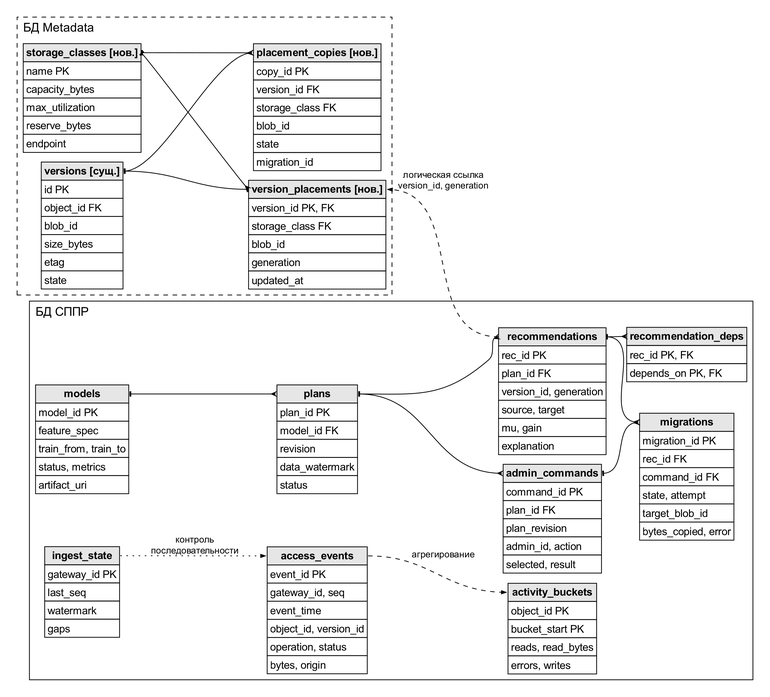
WithSoull/obsidian keeps this Graphviz diagram as 40 - Projects/Диплом/images/er.png. Above is the earlier version. Its source is kept beside it as 40 - Projects/Диплом/images/src/er.dot. Its diagram source:
```dot
digraph er {
  graph [rankdir=LR, fontname="Arial", fontsize=16, nodesep=0.18, ranksep=0.36, pad=0.2];
  node  [shape=plain, fontname="Arial", fontsize=14];
  edge  [fontname="Arial", fontsize=12, arrowsize=0.6, arrowhead=crow, arrowtail=tee, dir=both];
  subgraph cluster_meta { label="БД Metadata"; labeljust=l; style=dashed;
  versions [label=<<TABLE BORDER="0" CELLBORDER="1" CELLSPACING="0" CELLPADDING="3"><TR><TD PORT="h" BGCOLOR="#e6e6e6"><B>versions [сущ.]</B></TD></TR><TR><TD ALIGN="LEFT">id PK</TD></TR><TR><TD ALIGN="LEFT">object_id FK</TD></TR><TR><TD ALIGN="LEFT">blob_id</TD></TR><TR><TD ALIGN="LEFT">size_bytes</TD></TR><TR><TD ALIGN="LEFT">etag</TD></TR><TR><TD ALIGN="LEFT">state</TD></TR></TABLE>>];
  storage_classes [label=<<TABLE BORDER="0" CELLBORDER="1" CELLSPACING="0" CELLPADDING="3"><TR><TD PORT="h" BGCOLOR="#e6e6e6"><B>storage_classes [нов.]</B></TD></TR><TR><TD ALIGN="LEFT">name PK</TD></TR><TR><TD ALIGN="LEFT">capacity_bytes</TD></TR><TR><TD ALIGN="LEFT">max_utilization</TD></TR><TR><TD ALIGN="LEFT">reserve_bytes</TD></TR><TR><TD ALIGN="LEFT">endpoint</TD></TR></TABLE>>];
  version_placements [label=<<TABLE BORDER="0" CELLBORDER="1" CELLSPACING="0" CELLPADDING="3"><TR><TD PORT="h" BGCOLOR="#e6e6e6"><B>version_placements [нов.]</B></TD></TR><TR><TD ALIGN="LEFT">version_id PK, FK</TD></TR><TR><TD ALIGN="LEFT">storage_class FK</TD></TR><TR><TD ALIGN="LEFT">blob_id</TD></TR><TR><TD ALIGN="LEFT">generation</TD></TR><TR><TD ALIGN="LEFT">updated_at</TD></TR></TABLE>>];
  placement_copies [label=<<TABLE BORDER="0" CELLBORDER="1" CELLSPACING="0" CELLPADDING="3"><TR><TD PORT="h" BGCOLOR="#e6e6e6"><B>placement_copies [нов.]</B></TD></TR><TR><TD ALIGN="LEFT">copy_id PK</TD></TR><TR><TD ALIGN="LEFT">version_id FK</TD></TR><TR><TD ALIGN="LEFT">storage_class FK</TD></TR><TR><TD ALIGN="LEFT">blob_id</TD></TR><TR><TD ALIGN="LEFT">state</TD></TR><TR><TD ALIGN="LEFT">migration_id</TD></TR></TABLE>>];
  }
  subgraph cluster_dss { label="БД СППР"; labeljust=l; style=solid;
  access_events [label=<<TABLE BORDER="0" CELLBORDER="1" CELLSPACING="0" CELLPADDING="3"><TR><TD PORT="h" BGCOLOR="#e6e6e6"><B>access_events</B></TD></TR><TR><TD ALIGN="LEFT">event_id PK</TD></TR><TR><TD ALIGN="LEFT">gateway_id, seq</TD></TR><TR><TD ALIGN="LEFT">event_time</TD></TR><TR><TD ALIGN="LEFT">object_id, version_id</TD></TR><TR><TD ALIGN="LEFT">operation, status</TD></TR><TR><TD ALIGN="LEFT">bytes, origin</TD></TR></TABLE>>];
  activity_buckets [label=<<TABLE BORDER="0" CELLBORDER="1" CELLSPACING="0" CELLPADDING="3"><TR><TD PORT="h" BGCOLOR="#e6e6e6"><B>activity_buckets</B></TD></TR><TR><TD ALIGN="LEFT">object_id PK</TD></TR><TR><TD ALIGN="LEFT">bucket_start PK</TD></TR><TR><TD ALIGN="LEFT">reads, read_bytes</TD></TR><TR><TD ALIGN="LEFT">errors, writes</TD></TR></TABLE>>];
  ingest_state [label=<<TABLE BORDER="0" CELLBORDER="1" CELLSPACING="0" CELLPADDING="3"><TR><TD PORT="h" BGCOLOR="#e6e6e6"><B>ingest_state</B></TD></TR><TR><TD ALIGN="LEFT">gateway_id PK</TD></TR><TR><TD ALIGN="LEFT">last_seq</TD></TR><TR><TD ALIGN="LEFT">watermark</TD></TR><TR><TD ALIGN="LEFT">gaps</TD></TR></TABLE>>];
  models [label=<<TABLE BORDER="0" CELLBORDER="1" CELLSPACING="0" CELLPADDING="3"><TR><TD PORT="h" BGCOLOR="#e6e6e6"><B>models</B></TD></TR><TR><TD ALIGN="LEFT">model_id PK</TD></TR><TR><TD ALIGN="LEFT">feature_spec</TD></TR><TR><TD ALIGN="LEFT">train_from, train_to</TD></TR><TR><TD ALIGN="LEFT">status, metrics</TD></TR><TR><TD ALIGN="LEFT">artifact_uri</TD></TR></TABLE>>];
  plans [label=<<TABLE BORDER="0" CELLBORDER="1" CELLSPACING="0" CELLPADDING="3"><TR><TD PORT="h" BGCOLOR="#e6e6e6"><B>plans</B></TD></TR><TR><TD ALIGN="LEFT">plan_id PK</TD></TR><TR><TD ALIGN="LEFT">model_id FK</TD></TR><TR><TD ALIGN="LEFT">revision</TD></TR><TR><TD ALIGN="LEFT">data_watermark</TD></TR><TR><TD ALIGN="LEFT">status</TD></TR></TABLE>>];
  recommendations [label=<<TABLE BORDER="0" CELLBORDER="1" CELLSPACING="0" CELLPADDING="3"><TR><TD PORT="h" BGCOLOR="#e6e6e6"><B>recommendations</B></TD></TR><TR><TD ALIGN="LEFT">rec_id PK</TD></TR><TR><TD ALIGN="LEFT">plan_id FK</TD></TR><TR><TD ALIGN="LEFT">version_id, generation</TD></TR><TR><TD ALIGN="LEFT">source, target</TD></TR><TR><TD ALIGN="LEFT">mu, gain</TD></TR><TR><TD ALIGN="LEFT">explanation</TD></TR></TABLE>>];
  rec_deps [label=<<TABLE BORDER="0" CELLBORDER="1" CELLSPACING="0" CELLPADDING="3"><TR><TD PORT="h" BGCOLOR="#e6e6e6"><B>recommendation_deps</B></TD></TR><TR><TD ALIGN="LEFT">rec_id PK, FK</TD></TR><TR><TD ALIGN="LEFT">depends_on PK, FK</TD></TR></TABLE>>];
  admin_commands [label=<<TABLE BORDER="0" CELLBORDER="1" CELLSPACING="0" CELLPADDING="3"><TR><TD PORT="h" BGCOLOR="#e6e6e6"><B>admin_commands</B></TD></TR><TR><TD ALIGN="LEFT">command_id PK</TD></TR><TR><TD ALIGN="LEFT">plan_id FK</TD></TR><TR><TD ALIGN="LEFT">plan_revision</TD></TR><TR><TD ALIGN="LEFT">admin_id, action</TD></TR><TR><TD ALIGN="LEFT">selected, result</TD></TR></TABLE>>];
  migrations [label=<<TABLE BORDER="0" CELLBORDER="1" CELLSPACING="0" CELLPADDING="3"><TR><TD PORT="h" BGCOLOR="#e6e6e6"><B>migrations</B></TD></TR><TR><TD ALIGN="LEFT">migration_id PK</TD></TR><TR><TD ALIGN="LEFT">rec_id FK</TD></TR><TR><TD ALIGN="LEFT">command_id FK</TD></TR><TR><TD ALIGN="LEFT">state, attempt</TD></TR><TR><TD ALIGN="LEFT">target_blob_id</TD></TR><TR><TD ALIGN="LEFT">bytes_copied, error</TD></TR></TABLE>>];
  }
  versions:h -> version_placements:h [arrowhead=tee];
  versions:h -> placement_copies:h;
  storage_classes:h -> version_placements:h;
  storage_classes:h -> placement_copies:h;
  models:h -> plans:h;
  plans:h -> recommendations:h;
  recommendations:h -> rec_deps:h;
  plans:h -> admin_commands:h;
  recommendations:h -> migrations:h;
  admin_commands:h -> migrations:h;
  access_events:h -> activity_buckets:h [style=dashed, dir=forward, arrowhead=normal, label="агрегирование"];
  ingest_state:h -> access_events:h [style=dotted, dir=forward, arrowhead=normal, label="контроль\nпоследовательности"];
  recommendations:h -> version_placements:h [style=dashed, dir=forward, arrowhead=normal, label="логическая ссылка\nversion_id, generation", constraint=false];
}
```
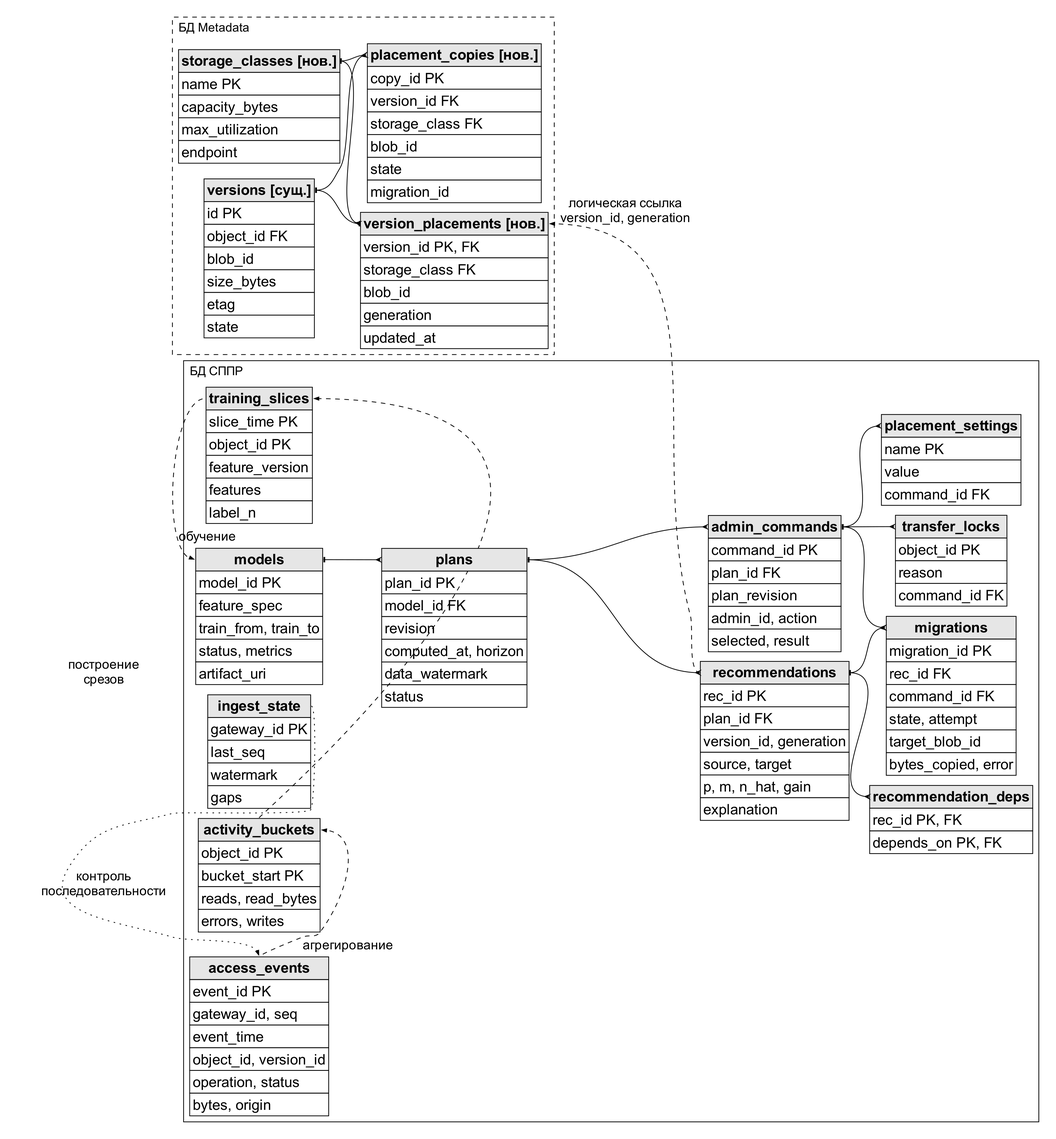
After the commit.

Change to the diagram source:
```diff
@@ -1,10 +1,10 @@
 digraph er {
   graph [rankdir=LR, fontname="Arial", fontsize=16, nodesep=0.18, ranksep=0.36, pad=0.2];
-  node  [shape=plain, fontname="Arial", fontsize=14];
-  edge  [fontname="Arial", fontsize=12, arrowsize=0.6, arrowhead=crow, arrowtail=tee, dir=both];
+  node  [shape=plain, fontname="Arial", fontsize=19];
+  edge  [fontname="Arial", fontsize=17, arrowsize=0.6, arrowhead=crow, arrowtail=tee, dir=both];
   subgraph cluster_meta { label="БД Metadata"; labeljust=l; style=dashed;
   versions [label=<<TABLE BORDER="0" CELLBORDER="1" CELLSPACING="0" CELLPADDING="3"><TR><TD PORT="h" BGCOLOR="#e6e6e6"><B>versions [сущ.]</B></TD></TR><TR><TD ALIGN="LEFT">id PK</TD></TR><TR><TD ALIGN="LEFT">object_id FK</TD></TR><TR><TD ALIGN="LEFT">blob_id</TD></TR><TR><TD ALIGN="LEFT">size_bytes</TD></TR><TR><TD ALIGN="LEFT">etag</TD></TR><TR><TD ALIGN="LEFT">state</TD></TR></TABLE>>];
-  storage_classes [label=<<TABLE BORDER="0" CELLBORDER="1" CELLSPACING="0" CELLPADDING="3"><TR><TD PORT="h" BGCOLOR="#e6e6e6"><B>storage_classes [нов.]</B></TD></TR><TR><TD ALIGN="LEFT">name PK</TD></TR><TR><TD ALIGN="LEFT">capacity_bytes</TD></TR><TR><TD ALIGN="LEFT">max_utilization</TD></TR><TR><TD ALIGN="LEFT">reserve_bytes</TD></TR><TR><TD ALIGN="LEFT">endpoint</TD></TR></TABLE>>];
+  storage_classes [label=<<TABLE BORDER="0" CELLBORDER="1" CELLSPACING="0" CELLPADDING="3"><TR><TD PORT="h" BGCOLOR="#e6e6e6"><B>storage_classes [нов.]</B></TD></TR><TR><TD ALIGN="LEFT">name PK</TD></TR><TR><TD ALIGN="LEFT">capacity_bytes</TD></TR><TR><TD ALIGN="LEFT">max_utilization</TD></TR><TR><TD ALIGN="LEFT">endpoint</TD></TR></TABLE>>];
   version_placements [label=<<TABLE BORDER="0" CELLBORDER="1" CELLSPACING="0" CELLPADDING="3"><TR><TD PORT="h" BGCOLOR="#e6e6e6"><B>version_placements [нов.]</B></TD></TR><TR><TD ALIGN="LEFT">version_id PK, FK</TD></TR><TR><TD ALIGN="LEFT">storage_class FK</TD></TR><TR><TD ALIGN="LEFT">blob_id</TD></TR><TR><TD ALIGN="LEFT">generation</TD></TR><TR><TD ALIGN="LEFT">updated_at</TD></TR></TABLE>>];
   placement_copies [label=<<TABLE BORDER="0" CELLBORDER="1" CELLSPACING="0" CELLPADDING="3"><TR><TD PORT="h" BGCOLOR="#e6e6e6"><B>placement_copies [нов.]</B></TD></TR><TR><TD ALIGN="LEFT">copy_id PK</TD></TR><TR><TD ALIGN="LEFT">version_id FK</TD></TR><TR><TD ALIGN="LEFT">storage_class FK</TD></TR><TR><TD ALIGN="LEFT">blob_id</TD></TR><TR><TD ALIGN="LEFT">state</TD></TR><TR><TD ALIGN="LEFT">migration_id</TD></TR></TABLE>>];
   }
@@ -13,12 +13,19 @@
   activity_buckets [label=<<TABLE BORDER="0" CELLBORDER="1" CELLSPACING="0" CELLPADDING="3"><TR><TD PORT="h" BGCOLOR="#e6e6e6"><B>activity_buckets</B></TD></TR><TR><TD ALIGN="LEFT">object_id PK</TD></TR><TR><TD ALIGN="LEFT">bucket_start PK</TD></TR><TR><TD ALIGN="LEFT">reads, read_bytes</TD></TR><TR><TD ALIGN="LEFT">errors, writes</TD></TR></TABLE>>];
   ingest_state [label=<<TABLE BORDER="0" CELLBORDER="1" CELLSPACING="0" CELLPADDING="3"><TR><TD PORT="h" BGCOLOR="#e6e6e6"><B>ingest_state</B></TD></TR><TR><TD ALIGN="LEFT">gateway_id PK</TD></TR><TR><TD ALIGN="LEFT">last_seq</TD></TR><TR><TD ALIGN="LEFT">watermark</TD></TR><TR><TD ALIGN="LEFT">gaps</TD></TR></TABLE>>];
   models [label=<<TABLE BORDER="0" CELLBORDER="1" CELLSPACING="0" CELLPADDING="3"><TR><TD PORT="h" BGCOLOR="#e6e6e6"><B>models</B></TD></TR><TR><TD ALIGN="LEFT">model_id PK</TD></TR><TR><TD ALIGN="LEFT">feature_spec</TD></TR><TR><TD ALIGN="LEFT">train_from, train_to</TD></TR><TR><TD ALIGN="LEFT">status, metrics</TD></TR><TR><TD ALIGN="LEFT">artifact_uri</TD></TR></TABLE>>];
-  plans [label=<<TABLE BORDER="0" CELLBORDER="1" CELLSPACING="0" CELLPADDING="3"><TR><TD PORT="h" BGCOLOR="#e6e6e6"><B>plans</B></TD></TR><TR><TD ALIGN="LEFT">plan_id PK</TD></TR><TR><TD ALIGN="LEFT">model_id FK</TD></TR><TR><TD ALIGN="LEFT">revision</TD></TR><TR><TD ALIGN="LEFT">data_watermark</TD></TR><TR><TD ALIGN="LEFT">status</TD></TR></TABLE>>];
-  recommendations [label=<<TABLE BORDER="0" CELLBORDER="1" CELLSPACING="0" CELLPADDING="3"><TR><TD PORT="h" BGCOLOR="#e6e6e6"><B>recommendations</B></TD></TR><TR><TD ALIGN="LEFT">rec_id PK</TD></TR><TR><TD ALIGN="LEFT">plan_id FK</TD></TR><TR><TD ALIGN="LEFT">version_id, generation</TD></TR><TR><TD ALIGN="LEFT">source, target</TD></TR><TR><TD ALIGN="LEFT">mu, gain</TD></TR><TR><TD ALIGN="LEFT">explanation</TD></TR></TABLE>>];
+  plans [label=<<TABLE BORDER="0" CELLBORDER="1" CELLSPACING="0" CELLPADDING="3"><TR><TD PORT="h" BGCOLOR="#e6e6e6"><B>plans</B></TD></TR><TR><TD ALIGN="LEFT">plan_id PK</TD></TR><TR><TD ALIGN="LEFT">model_id FK</TD></TR><TR><TD ALIGN="LEFT">revision</TD></TR><TR><TD ALIGN="LEFT">computed_at, horizon</TD></TR><TR><TD ALIGN="LEFT">data_watermark</TD></TR><TR><TD ALIGN="LEFT">status</TD></TR></TABLE>>];
+  recommendations [label=<<TABLE BORDER="0" CELLBORDER="1" CELLSPACING="0" CELLPADDING="3"><TR><TD PORT="h" BGCOLOR="#e6e6e6"><B>recommendations</B></TD></TR><TR><TD ALIGN="LEFT">rec_id PK</TD></TR><TR><TD ALIGN="LEFT">plan_id FK</TD></TR><TR><TD ALIGN="LEFT">version_id, generation</TD></TR><TR><TD ALIGN="LEFT">source, target</TD></TR><TR><TD ALIGN="LEFT">p, m, n_hat, gain</TD></TR><TR><TD ALIGN="LEFT">explanation</TD></TR></TABLE>>];
   rec_deps [label=<<TABLE BORDER="0" CELLBORDER="1" CELLSPACING="0" CELLPADDING="3"><TR><TD PORT="h" BGCOLOR="#e6e6e6"><B>recommendation_deps</B></TD></TR><TR><TD ALIGN="LEFT">rec_id PK, FK</TD></TR><TR><TD ALIGN="LEFT">depends_on PK, FK</TD></TR></TABLE>>];
   admin_commands [label=<<TABLE BORDER="0" CELLBORDER="1" CELLSPACING="0" CELLPADDING="3"><TR><TD PORT="h" BGCOLOR="#e6e6e6"><B>admin_commands</B></TD></TR><TR><TD ALIGN="LEFT">command_id PK</TD></TR><TR><TD ALIGN="LEFT">plan_id FK</TD></TR><TR><TD ALIGN="LEFT">plan_revision</TD></TR><TR><TD ALIGN="LEFT">admin_id, action</TD></TR><TR><TD ALIGN="LEFT">selected, result</TD></TR></TABLE>>];
   migrations [label=<<TABLE BORDER="0" CELLBORDER="1" CELLSPACING="0" CELLPADDING="3"><TR><TD PORT="h" BGCOLOR="#e6e6e6"><B>migrations</B></TD></TR><TR><TD ALIGN="LEFT">migration_id PK</TD></TR><TR><TD ALIGN="LEFT">rec_id FK</TD></TR><TR><TD ALIGN="LEFT">command_id FK</TD></TR><TR><TD ALIGN="LEFT">state, attempt</TD></TR><TR><TD ALIGN="LEFT">target_blob_id</TD></TR><TR><TD ALIGN="LEFT">bytes_copied, error</TD></TR></TABLE>>];
+  slices [label=<<TABLE BORDER="0" CELLBORDER="1" CELLSPACING="0" CELLPADDING="3"><TR><TD PORT="h" BGCOLOR="#e6e6e6"><B>training_slices</B></TD></TR><TR><TD ALIGN="LEFT">slice_time PK</TD></TR><TR><TD ALIGN="LEFT">object_id PK</TD></TR><TR><TD ALIGN="LEFT">feature_version</TD></TR><TR><TD ALIGN="LEFT">features</TD></TR><TR><TD ALIGN="LEFT">label_n</TD></TR></TABLE>>];
+  settings [label=<<TABLE BORDER="0" CELLBORDER="1" CELLSPACING="0" CELLPADDING="3"><TR><TD PORT="h" BGCOLOR="#e6e6e6"><B>placement_settings</B></TD></TR><TR><TD ALIGN="LEFT">name PK</TD></TR><TR><TD ALIGN="LEFT">value</TD></TR><TR><TD ALIGN="LEFT">command_id FK</TD></TR></TABLE>>];
+  locks [label=<<TABLE BORDER="0" CELLBORDER="1" CELLSPACING="0" CELLPADDING="3"><TR><TD PORT="h" BGCOLOR="#e6e6e6"><B>transfer_locks</B></TD></TR><TR><TD ALIGN="LEFT">object_id PK</TD></TR><TR><TD ALIGN="LEFT">reason</TD></TR><TR><TD ALIGN="LEFT">command_id FK</TD></TR></TABLE>>];
   }
+  activity_buckets:h -> slices:h [style=dashed, dir=forward, arrowhead=normal, label="построение\nсрезов", constraint=false];
+  slices:h -> models:h [style=dashed, dir=forward, arrowhead=normal, label="обучение", constraint=false];
+  admin_commands:h -> settings:h;
+  admin_commands:h -> locks:h;
   versions:h -> version_placements:h [arrowhead=tee];
   versions:h -> placement_copies:h;
   storage_classes:h -> version_placements:h;
@@ -29,7 +36,7 @@
   plans:h -> admin_commands:h;
   recommendations:h -> migrations:h;
   admin_commands:h -> migrations:h;
-  access_events:h -> activity_buckets:h [style=dashed, dir=forward, arrowhead=normal, label="агрегирование"];
-  ingest_state:h -> access_events:h [style=dotted, dir=forward, arrowhead=normal, label="контроль\nпоследовательности"];
+  access_events:h -> activity_buckets:h [style=dashed, dir=forward, arrowhead=normal, label="агрегирование", constraint=false];
+  ingest_state:h -> access_events:h [style=dotted, dir=forward, arrowhead=normal, label="контроль\nпоследовательности", constraint=false];
   recommendations:h -> version_placements:h [style=dashed, dir=forward, arrowhead=normal, label="логическая ссылка\nversion_id, generation", constraint=false];
 }
```
